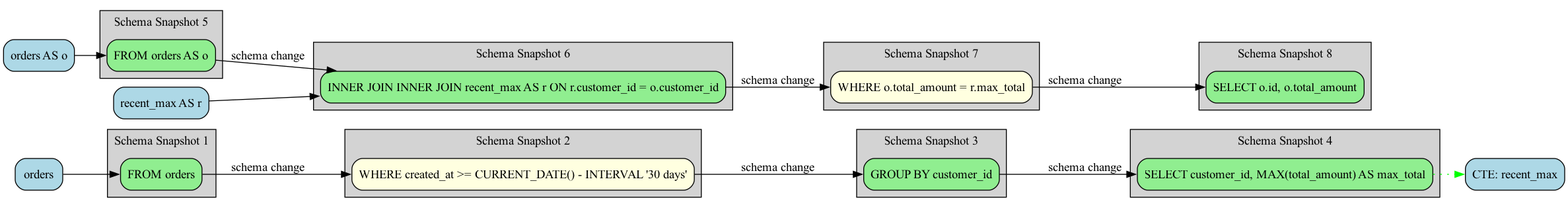
The Graphviz diagram examples/cte_with_join_schema.png in rot1024/sqloflow, before a commit. Its source is kept beside it as examples/cte_with_join_schema.dot.
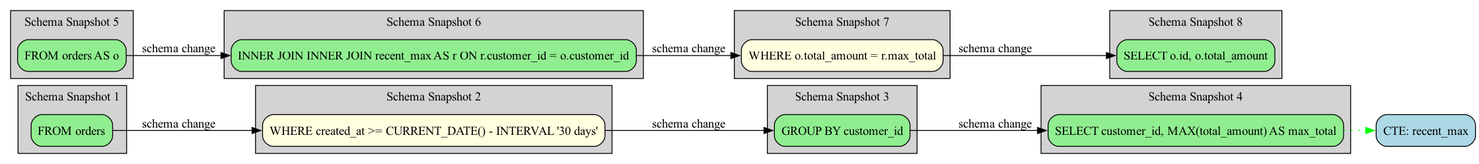
After the commit.

Diff of the diagram source:
```diff
@@ -2,67 +2,61 @@
   rankdir=LR;
   node [shape=box, style=rounded];
 
-  node_0 [label="orders", fillcolor=lightblue, style="filled,rounded"];
-  node_5 [label="CTE: recent_max", fillcolor=lightblue, style="filled,rounded"];
-  node_6 [label="orders AS o", fillcolor=lightblue, style="filled,rounded"];
-  node_8 [label="recent_max AS r", fillcolor=lightblue, style="filled,rounded"];
   subgraph cluster_0 {
     label="Schema Snapshot 1";
     style=filled;
     fillcolor=lightgray;
-    node_1 [label="FROM orders", fillcolor=lightgreen, style="filled,rounded"];
+    node_0 [label="FROM orders", fillcolor=lightgreen, style="filled,rounded"];
   }
   subgraph cluster_1 {
     label="Schema Snapshot 2";
     style=filled;
     fillcolor=lightgray;
-    node_2 [label="WHERE created_at >= CURRENT_DATE() - INTERVAL '30 days'", fillcolor=lightyellow, style="filled,rounded"];
+    node_1 [label="WHERE created_at >= CURRENT_DATE() - INTERVAL '30 days'", fillcolor=lightyellow, style="filled,rounded"];
   }
   subgraph cluster_2 {
     label="Schema Snapshot 3";
     style=filled;
     fillcolor=lightgray;
-    node_3 [label="GROUP BY customer_id", fillcolor=lightgreen, style="filled,rounded"];
+    node_2 [label="GROUP BY customer_id", fillcolor=lightgreen, style="filled,rounded"];
   }
   subgraph cluster_3 {
     label="Schema Snapshot 4";
     style=filled;
     fillcolor=lightgray;
-    node_4 [label="SELECT customer_id, MAX(total_amount) AS max_total", fillcolor=lightgreen, style="filled,rounded"];
+    node_3 [label="SELECT customer_id, MAX(total_amount) AS max_total", fillcolor=lightgreen, style="filled,rounded"];
   }
+  node_4 [label="CTE: recent_max", fillcolor=lightblue, style="filled,rounded"];
   subgraph cluster_4 {
     label="Schema Snapshot 5";
     style=filled;
     fillcolor=lightgray;
-    node_7 [label="FROM orders AS o", fillcolor=lightgreen, style="filled,rounded"];
+    node_5 [label="FROM orders AS o", fillcolor=lightgreen, style="filled,rounded"];
   }
   subgraph cluster_5 {
     label="Schema Snapshot 6";
     style=filled;
     fillcolor=lightgray;
-    node_9 [label="INNER JOIN INNER JOIN recent_max AS r ON r.customer_id = o.customer_id", fillcolor=lightgreen, style="filled,rounded"];
+    node_6 [label="INNER JOIN INNER JOIN recent_max AS r ON r.customer_id = o.customer_id", fillcolor=lightgreen, style="filled,rounded"];
   }
   subgraph cluster_6 {
     label="Schema Snapshot 7";
     style=filled;
     fillcolor=lightgray;
-    node_10 [label="WHERE o.total_amount = r.max_total", fillcolor=lightyellow, style="filled,rounded"];
+    node_7 [label="WHERE o.total_amount = r.max_total", fillcolor=lightyellow, style="filled,rounded"];
   }
   subgraph cluster_7 {
     label="Schema Snapshot 8";
     style=filled;
     fillcolor=lightgray;
-    node_11 [label="SELECT o.id, o.total_amount", fillcolor=lightgreen, style="filled,rounded"];
+    node_8 [label="SELECT o.id, o.total_amount", fillcolor=lightgreen, style="filled,rounded"];
   }
 
-  node_0 -> node_1 [color=black];
+  node_0 -> node_1 [color=black, label="schema change"];
   node_1 -> node_2 [color=black, label="schema change"];
   node_2 -> node_3 [color=black, label="schema change"];
-  node_3 -> node_4 [color=black, label="schema change"];
-  node_4 -> node_5 [color=green, style=dotted];
-  node_6 -> node_7 [color=black];
-  node_7 -> node_9 [color=black, label="schema change"];
-  node_8 -> node_9 [color=black];
-  node_9 -> node_10 [color=black, label="schema change"];
-  node_10 -> node_11 [color=black, label="schema change"];
+  node_3 -> node_4 [color=green, style=dotted];
+  node_5 -> node_6 [color=black, label="schema change"];
+  node_6 -> node_7 [color=black, label="schema change"];
+  node_7 -> node_8 [color=black, label="schema change"];
 }
```
